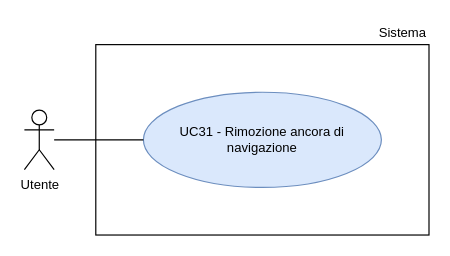
The draw.io diagram RTB/doc_esterna/analisi-dei-requisiti/assets/draw.io/UC31.drawio in thebitless-group-swe/thebitless.github.io, before the edit. Source tidied: cells renumbered, new cells numbered last; positions are measured from the earlier drawing's top-left corner, leaving out a move shared by most shapes. Both pictures are drawn from the tidied source at 119%, with x=0, y=0 at pixel (24, 20).
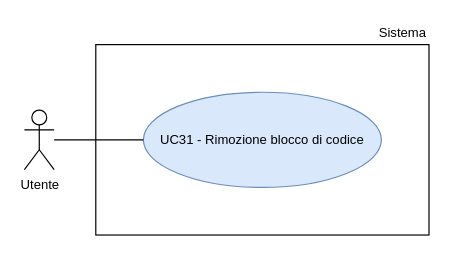
After the change.

Change to the diagram source:
```diff
@@
 <mxGraphModel>
   <root>
     <mxCell id="0" />
     <mxCell id="1" parent="0" />
     <mxCell id="2" value="Utente" style="shape=umlActor;verticalLabelPosition=bottom;verticalAlign=top;html=1;outlineConnect=0;fontSize=11;" parent="1" vertex="1">
       <mxGeometry y="75" width="25" height="50" as="geometry" />
     </mxCell>
     <mxCell id="3" style="rounded=0;whiteSpace=wrap;html=1;strokeWidth=1;" parent="1" vertex="1">
       <mxGeometry x="60" y="20" width="280" height="160" as="geometry" />
     </mxCell>
     <mxCell id="4" value="Sistema" style="text;html=1;whiteSpace=wrap;strokeColor=none;fillColor=none;align=right;verticalAlign=middle;fontSize=11;" parent="1" vertex="1">
       <mxGeometry x="270" width="70" height="20" as="geometry" />
     </mxCell>
-    <mxCell id="5" value="UC31 - Rimozione ancora di navigazione" style="ellipse;whiteSpace=wrap;html=1;fillColor=#dae8fc;strokeColor=#6c8ebf;fontSize=11;" parent="1" vertex="1">
+    <mxCell id="5" value="UC31 - Rimozione blocco di codice" style="ellipse;whiteSpace=wrap;html=1;fillColor=#dae8fc;strokeColor=#6c8ebf;fontSize=11;" parent="1" vertex="1">
       <mxGeometry x="100" y="60" width="200" height="80" as="geometry" />
     </mxCell>
     <mxCell id="6" style="edgeStyle=none;rounded=0;jettySize=auto;html=1;endArrow=none;endFill=0;" parent="1" edge="1" source="2" target="5">
       <mxGeometry relative="1" as="geometry" />
     </mxCell>
   </root>
 </mxGraphModel>
```
